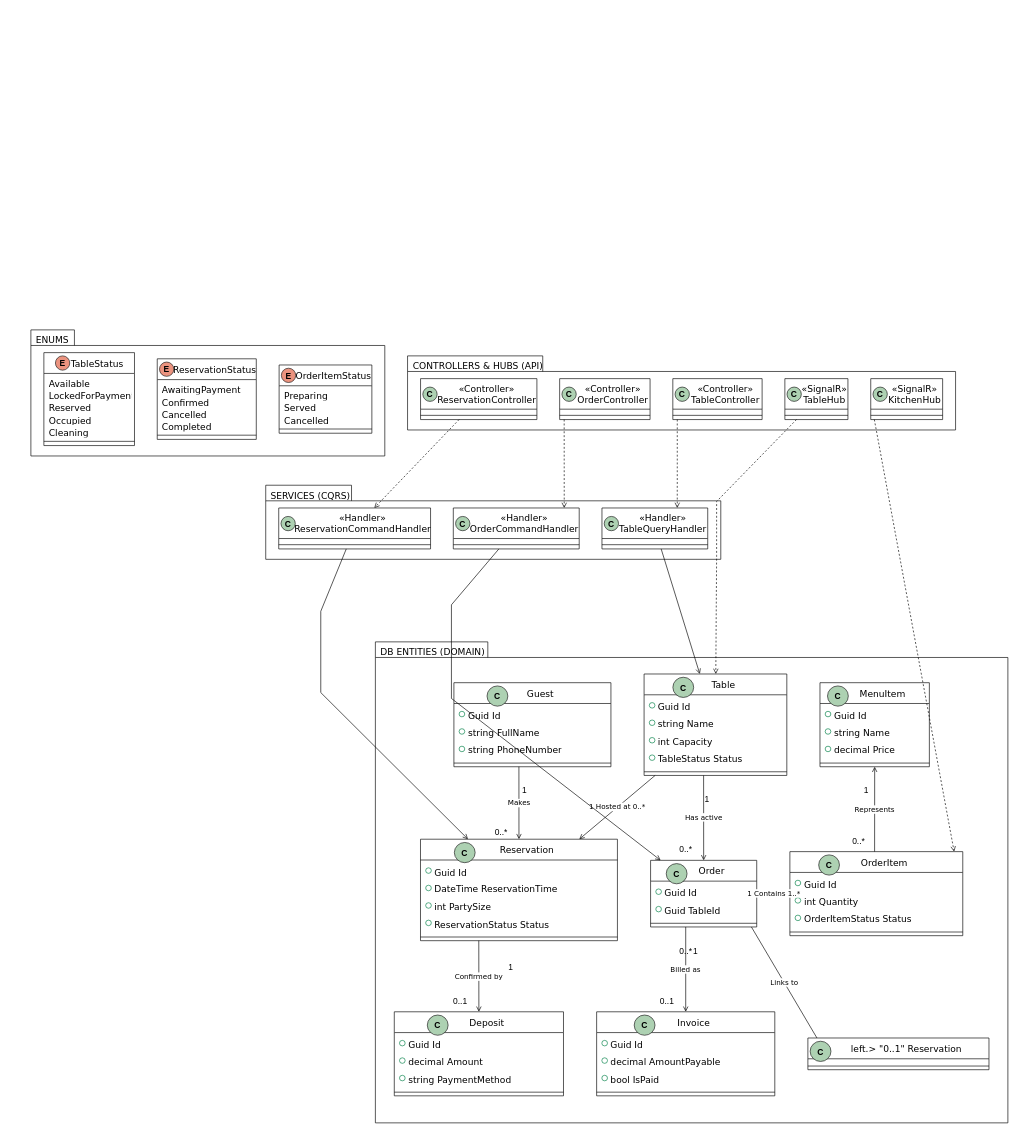
The draw.io diagram docs/phase1/drawio/ClassDiagram.drawio in AndrewQng/VinDining, before the edit. Source tidied: cells renumbered, new cells numbered last; positions are measured from the earlier drawing's top-left corner, leaving out a move shared by most shapes. Both pictures are drawn from the tidied source at 65%, with x=0, y=0 at pixel (11, 11).
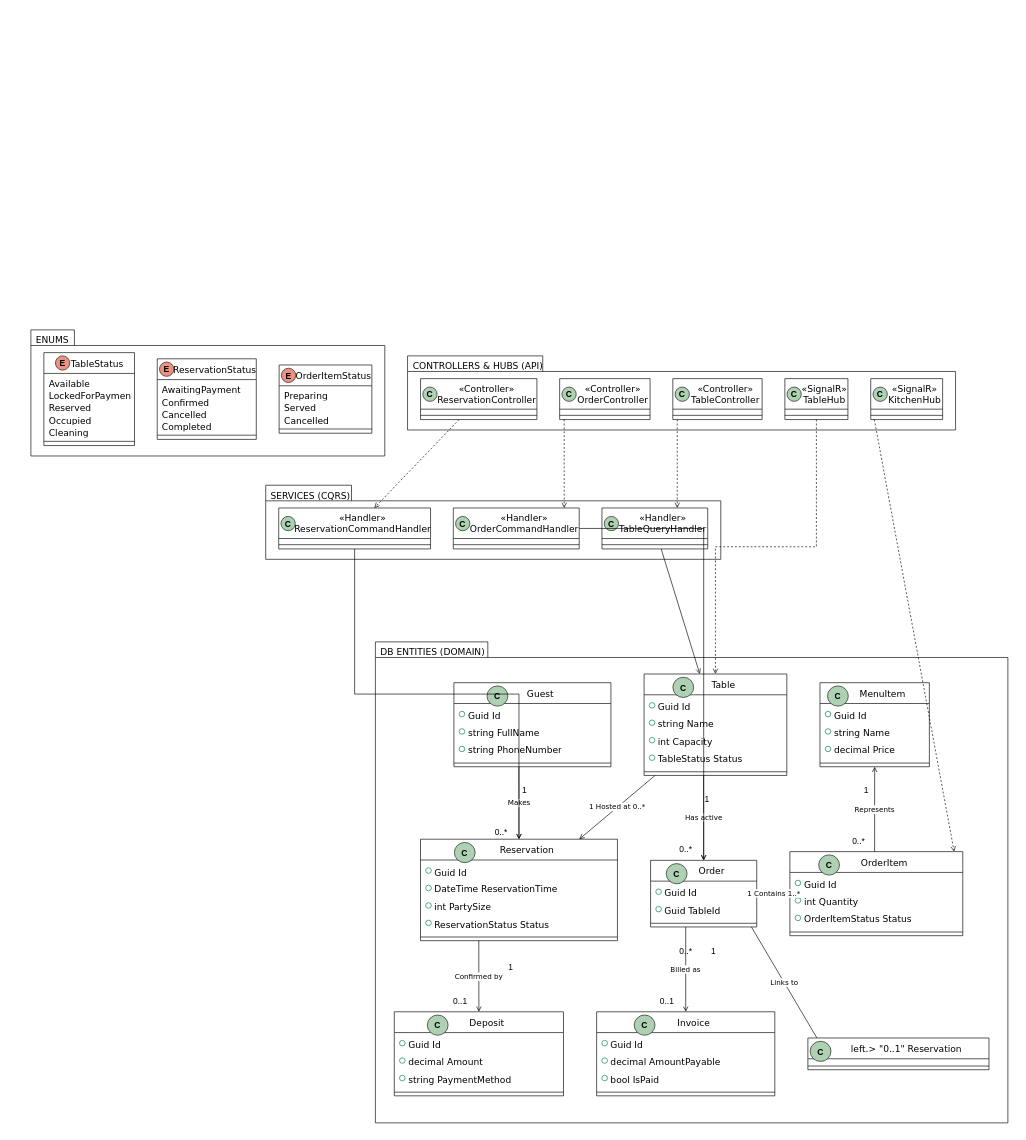
After the change.

Commit message (it also covers changes not shown here):
feat(diagrams): redraw and standardize diagrams for late IPN, table lock, and fix class diagram routing

Unchanged cells that the change refers to:
```xml
<mxCell id="2" style="group;transparentBounds=1;editIcon=1;lockedGroup=0;groupPadding=10;" parent="1" vertex="1">
  <mxGeometry width="1543.1" height="1720" as="geometry" />
</mxCell>
<mxCell id="35" value="«SignalR»&#10;TableHub" style="swimlane;fontStyle=0;align=center;fontSize=14;fontColor=#000000;startSize=47;spacingLeft=25;fillColor=#FFFFFF;strokeColor=#000000;horizontal=1;shadow=0;strokeWidth=1;fontFamily=Verdana;swimlaneFillColor=#FFFFFF;" parent="25" vertex="1">
  <mxGeometry x="580.5" y="35" width="97" height="63" as="geometry" />
</mxCell>
<mxCell id="42" value="«Handler»&#10;ReservationCommandHandler" style="swimlane;fontStyle=0;align=center;fontSize=14;fontColor=#000000;startSize=47;spacingLeft=25;fillColor=#FFFFFF;strokeColor=#000000;horizontal=1;shadow=0;strokeWidth=1;fontFamily=Verdana;swimlaneFillColor=#FFFFFF;" parent="41" vertex="1">
  <mxGeometry x="20" y="35" width="233.6" height="63" as="geometry" />
</mxCell>
<mxCell id="45" value="«Handler»&#10;OrderCommandHandler" style="swimlane;fontStyle=0;align=center;fontSize=14;fontColor=#000000;startSize=47;spacingLeft=25;fillColor=#FFFFFF;strokeColor=#000000;horizontal=1;shadow=0;strokeWidth=1;fontFamily=Verdana;swimlaneFillColor=#FFFFFF;" parent="41" vertex="1">
  <mxGeometry x="288.6" y="35" width="193.7" height="63" as="geometry" />
</mxCell>
<mxCell id="51" value="DB ENTITIES (DOMAIN)" style="shape=folder;tabWidth=173;tabHeight=24;tabPosition=left;html=1;fillColor=#FFFFFF;strokeColor=#000000;fontColor=#000000;fontSize=14;align=left;verticalAlign=top;spacingLeft=6;spacingTop=1;shadow=0;strokeWidth=1;fontFamily=Verdana;" parent="2" vertex="1">
  <mxGeometry x="560" y="970" width="973.1" height="740" as="geometry" />
</mxCell>
<mxCell id="61" value="Table" style="swimlane;fontStyle=0;align=center;fontSize=14;fontColor=#000000;startSize=32;spacingLeft=25;fillColor=#FFFFFF;strokeColor=#000000;horizontal=1;shadow=0;strokeWidth=1;fontFamily=Verdana;swimlaneFillColor=#FFFFFF;" parent="51" vertex="1">
  <mxGeometry x="413.4" y="49.4" width="219.6" height="156.1" as="geometry" />
</mxCell>
<mxCell id="81" value="Reservation" style="swimlane;fontStyle=0;align=center;fontSize=14;fontColor=#000000;startSize=32;spacingLeft=25;fillColor=#FFFFFF;strokeColor=#000000;horizontal=1;shadow=0;strokeWidth=1;fontFamily=Verdana;swimlaneFillColor=#FFFFFF;" parent="51" vertex="1">
  <mxGeometry x="69.4" y="303.6" width="303" height="156.1" as="geometry" />
</mxCell>
<mxCell id="92" value="Order" style="swimlane;fontStyle=0;align=center;fontSize=14;fontColor=#000000;startSize=32;spacingLeft=25;fillColor=#FFFFFF;strokeColor=#000000;horizontal=1;shadow=0;strokeWidth=1;fontFamily=Verdana;swimlaneFillColor=#FFFFFF;" parent="51" vertex="1">
  <mxGeometry x="423.4" y="336.1" width="163.3" height="102.5" as="geometry" />
</mxCell>
```

The edit, as a diff of the source:
```diff
@@
     <mxCell id="143" value="1" style="text;html=1;align=left;verticalAlign=middle;fillColor=none;strokeColor=none;fontSize=13;fontColor=#000000;" parent="51" vertex="1">
-      <mxGeometry x="487.3" y="463.2" width="17.8" height="22.6" as="geometry" />
+      <mxGeometry x="515" y="463.2" width="17.8" height="22.6" as="geometry" />
     </mxCell>
@@
-    <mxCell id="151" style="endArrow=open;html=1;strokeColor=#000000;fontColor=#000000;fontSize=11;strokeWidth=1;fontFamily=Verdana;curved=0;rounded=0;endSize=6;sourcePerimeterSpacing=0;targetPerimeterSpacing=0;" parent="2" edge="1" source="42" target="81">
-      <mxGeometry relative="1" as="geometry">
-        <Array as="points">
-          <mxPoint x="476" y="923" />
-          <mxPoint x="476" y="1048" />
-        </Array>
-      </mxGeometry>
+    <mxCell id="151" style="edgeStyle=orthogonalEdgeStyle;endArrow=open;html=1;strokeColor=#000000;fontColor=#000000;fontSize=11;strokeWidth=1;fontFamily=Verdana;curved=0;rounded=0;endSize=6;sourcePerimeterSpacing=0;targetPerimeterSpacing=0;" parent="2" edge="1" source="42" target="81">
+      <mxGeometry relative="1" as="geometry" />
     </mxCell>
-    <mxCell id="152" style="endArrow=open;html=1;strokeColor=#000000;fontColor=#000000;fontSize=11;strokeWidth=1;fontFamily=Verdana;curved=0;rounded=0;endSize=6;sourcePerimeterSpacing=0;targetPerimeterSpacing=0;" parent="2" edge="1" source="45" target="92">
-      <mxGeometry relative="1" as="geometry">
-        <Array as="points">
-          <mxPoint x="677" y="913" />
-          <mxPoint x="677" y="1057" />
-        </Array>
-      </mxGeometry>
+    <mxCell id="152" style="edgeStyle=orthogonalEdgeStyle;endArrow=open;html=1;strokeColor=#000000;fontColor=#000000;fontSize=11;strokeWidth=1;fontFamily=Verdana;curved=0;rounded=0;endSize=6;sourcePerimeterSpacing=0;targetPerimeterSpacing=0;" parent="2" edge="1" source="45" target="92">
+      <mxGeometry relative="1" as="geometry" />
     </mxCell>
@@
-    <mxCell id="154" style="dashed=1;endArrow=open;html=1;strokeColor=#000000;fontColor=#000000;fontSize=11;strokeWidth=1;fontFamily=Verdana;curved=0;rounded=0;endSize=6;sourcePerimeterSpacing=0;targetPerimeterSpacing=0;" parent="2" edge="1" source="35" target="61">
-      <mxGeometry relative="1" as="geometry">
-        <Array as="points">
-          <mxPoint x="1085" y="754" />
-          <mxPoint x="1085" y="837" />
-        </Array>
-      </mxGeometry>
+    <mxCell id="154" style="edgeStyle=orthogonalEdgeStyle;dashed=1;endArrow=open;html=1;strokeColor=#000000;fontColor=#000000;fontSize=11;strokeWidth=1;fontFamily=Verdana;curved=0;rounded=0;endSize=6;sourcePerimeterSpacing=0;targetPerimeterSpacing=0;" parent="2" edge="1" source="35" target="61">
+      <mxGeometry relative="1" as="geometry" />
     </mxCell>
```
